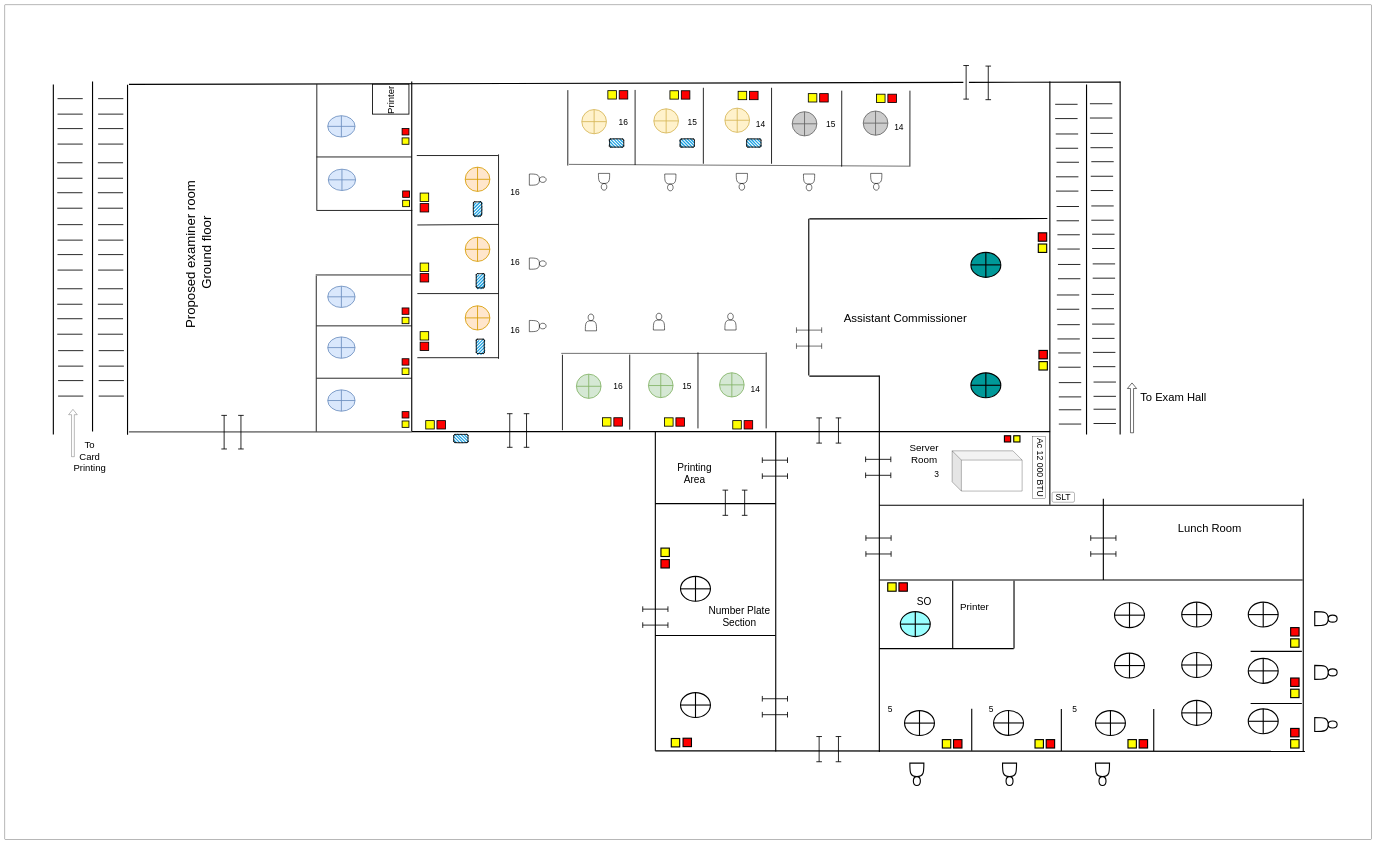
Above: kurunagala_full.drawio in thushan-harshajeewa/dmt-diagrams (draw.io), before the change. Source tidied: cells renumbered, new cells numbered last; positions are measured from the earlier drawing's top-left corner, leaving out a move shared by most shapes. Both pictures are drawn from the tidied source at 28%, with x=0, y=0 at pixel (5, 5).
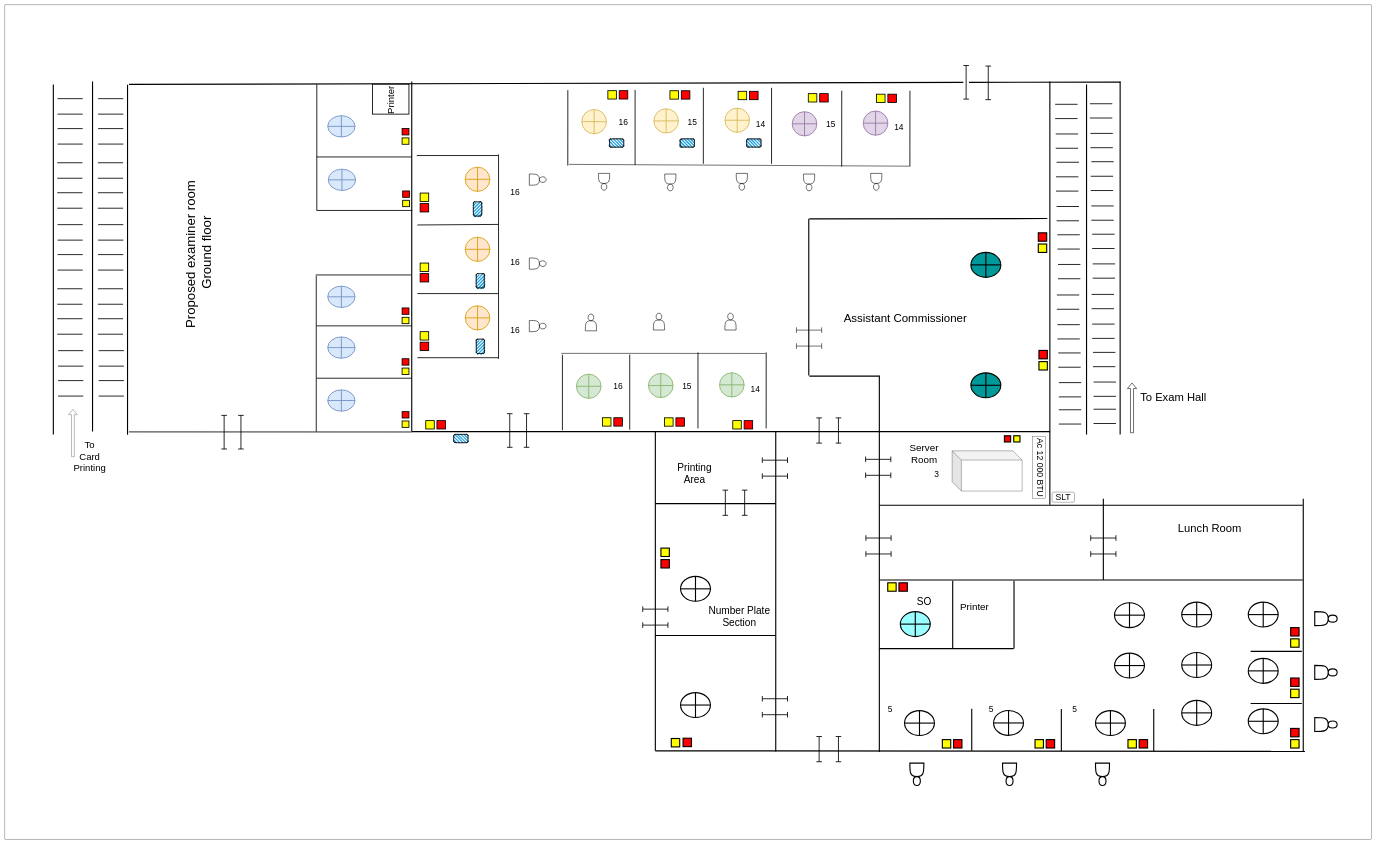
Above is the later version.

Change to the diagram source:
```diff
@@
-    <mxCell id="160" style="shape=orEllipse;perimeter=ellipsePerimeter;whiteSpace=wrap;html=1;backgroundOutline=1;strokeWidth=3;fillColor=#CCCCCC;fontColor=#333333;strokeColor=#666666;" parent="1" vertex="1">
+    <mxCell id="160" style="shape=orEllipse;perimeter=ellipsePerimeter;whiteSpace=wrap;html=1;backgroundOutline=1;strokeWidth=3;fillColor=#e1d5e7;strokeColor=#9673a6;" parent="1" vertex="1">
       <mxGeometry x="2811.8" y="381.4" width="88" height="86.5" as="geometry" />
     </mxCell>
@@
-    <mxCell id="168" style="shape=orEllipse;perimeter=ellipsePerimeter;whiteSpace=wrap;html=1;backgroundOutline=1;strokeWidth=3;fillColor=#CCCCCC;fontColor=#333333;strokeColor=#666666;" parent="1" vertex="1">
+    <mxCell id="168" style="shape=orEllipse;perimeter=ellipsePerimeter;whiteSpace=wrap;html=1;backgroundOutline=1;strokeWidth=3;fillColor=#e1d5e7;strokeColor=#9673a6;" parent="1" vertex="1">
       <mxGeometry x="3065.5" y="379" width="88" height="86.5" as="geometry" />
     </mxCell>
```
